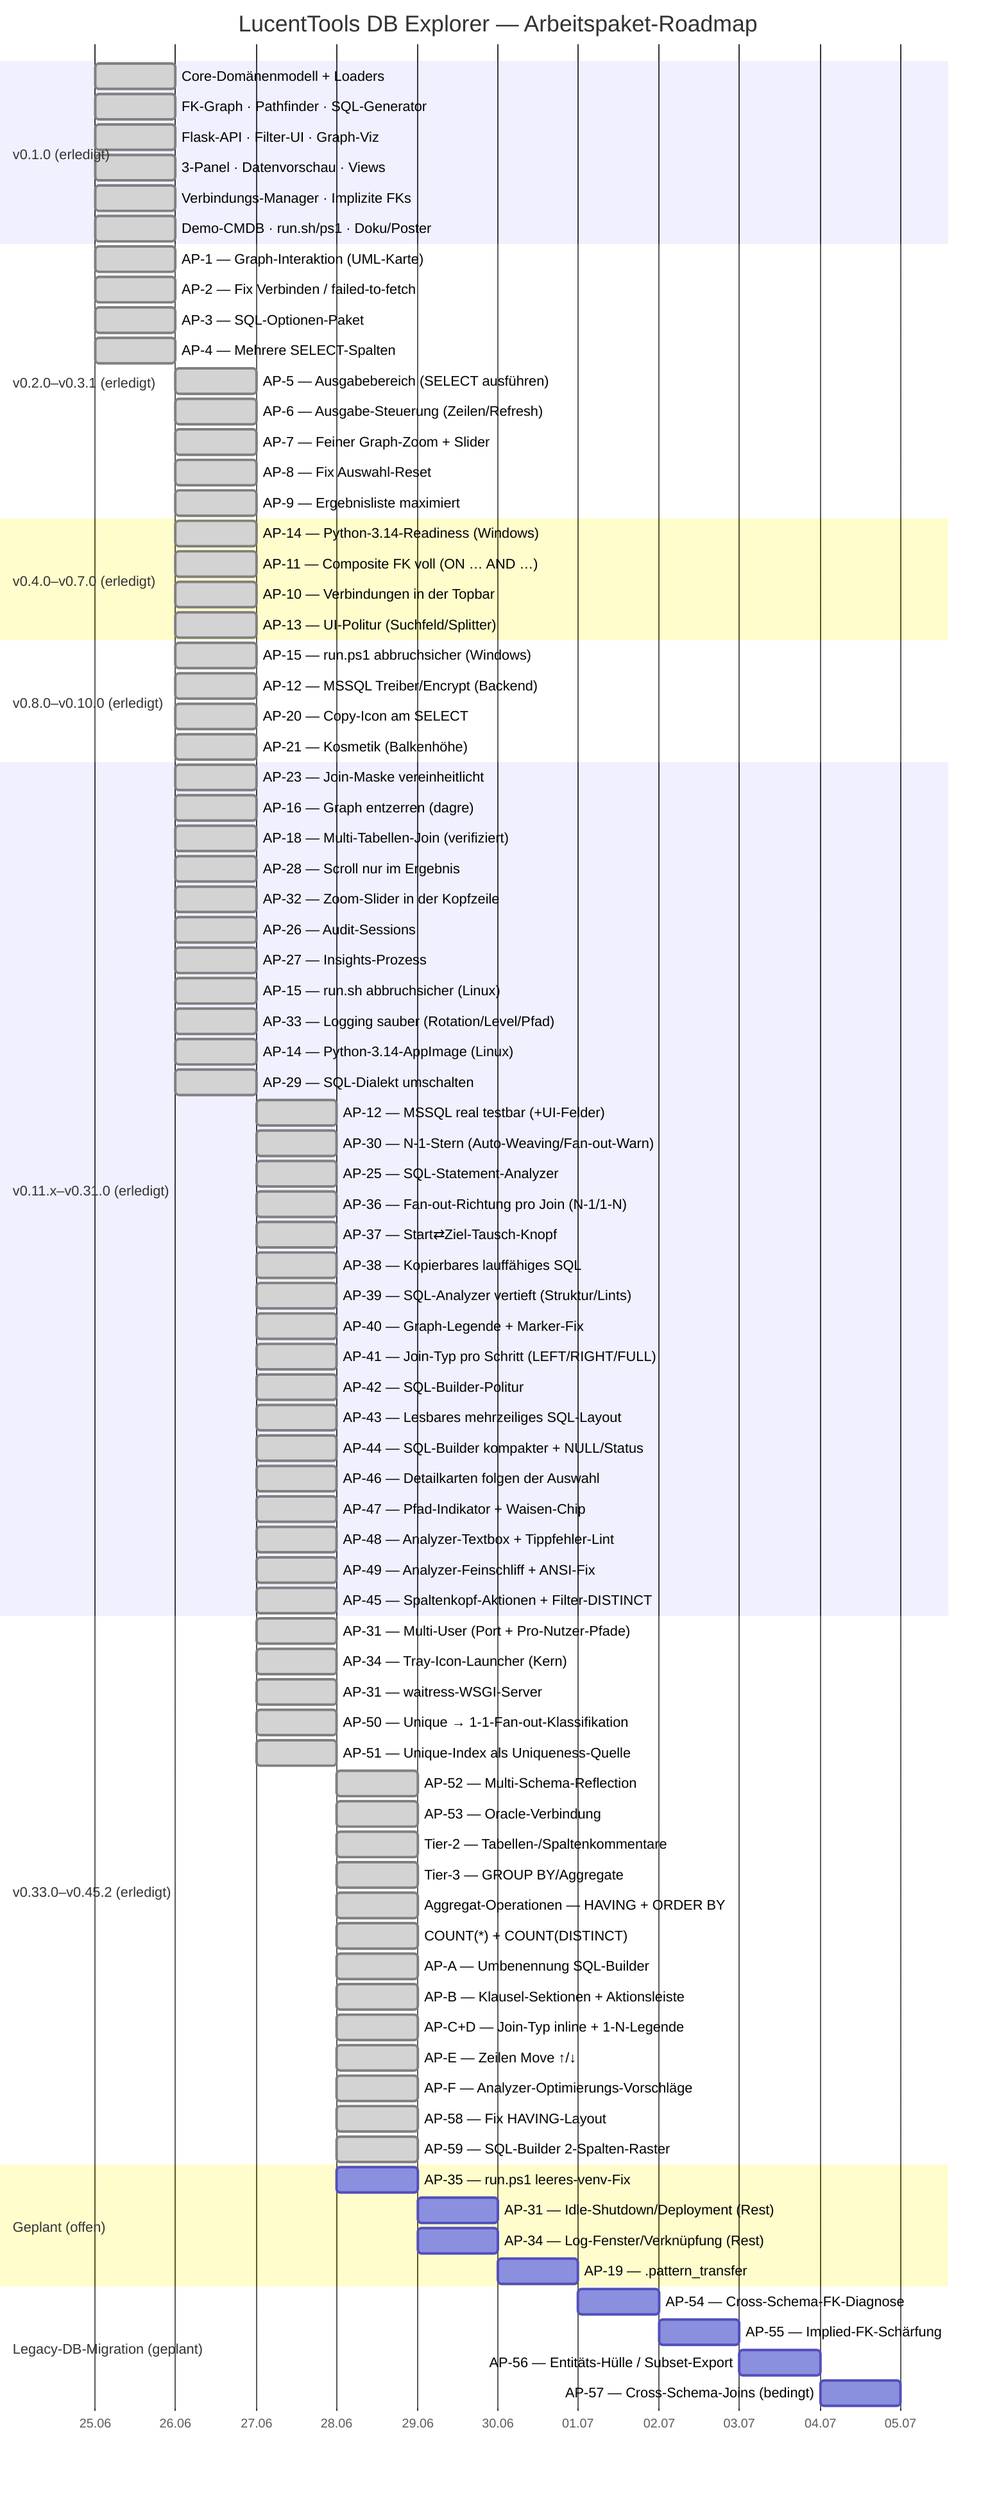
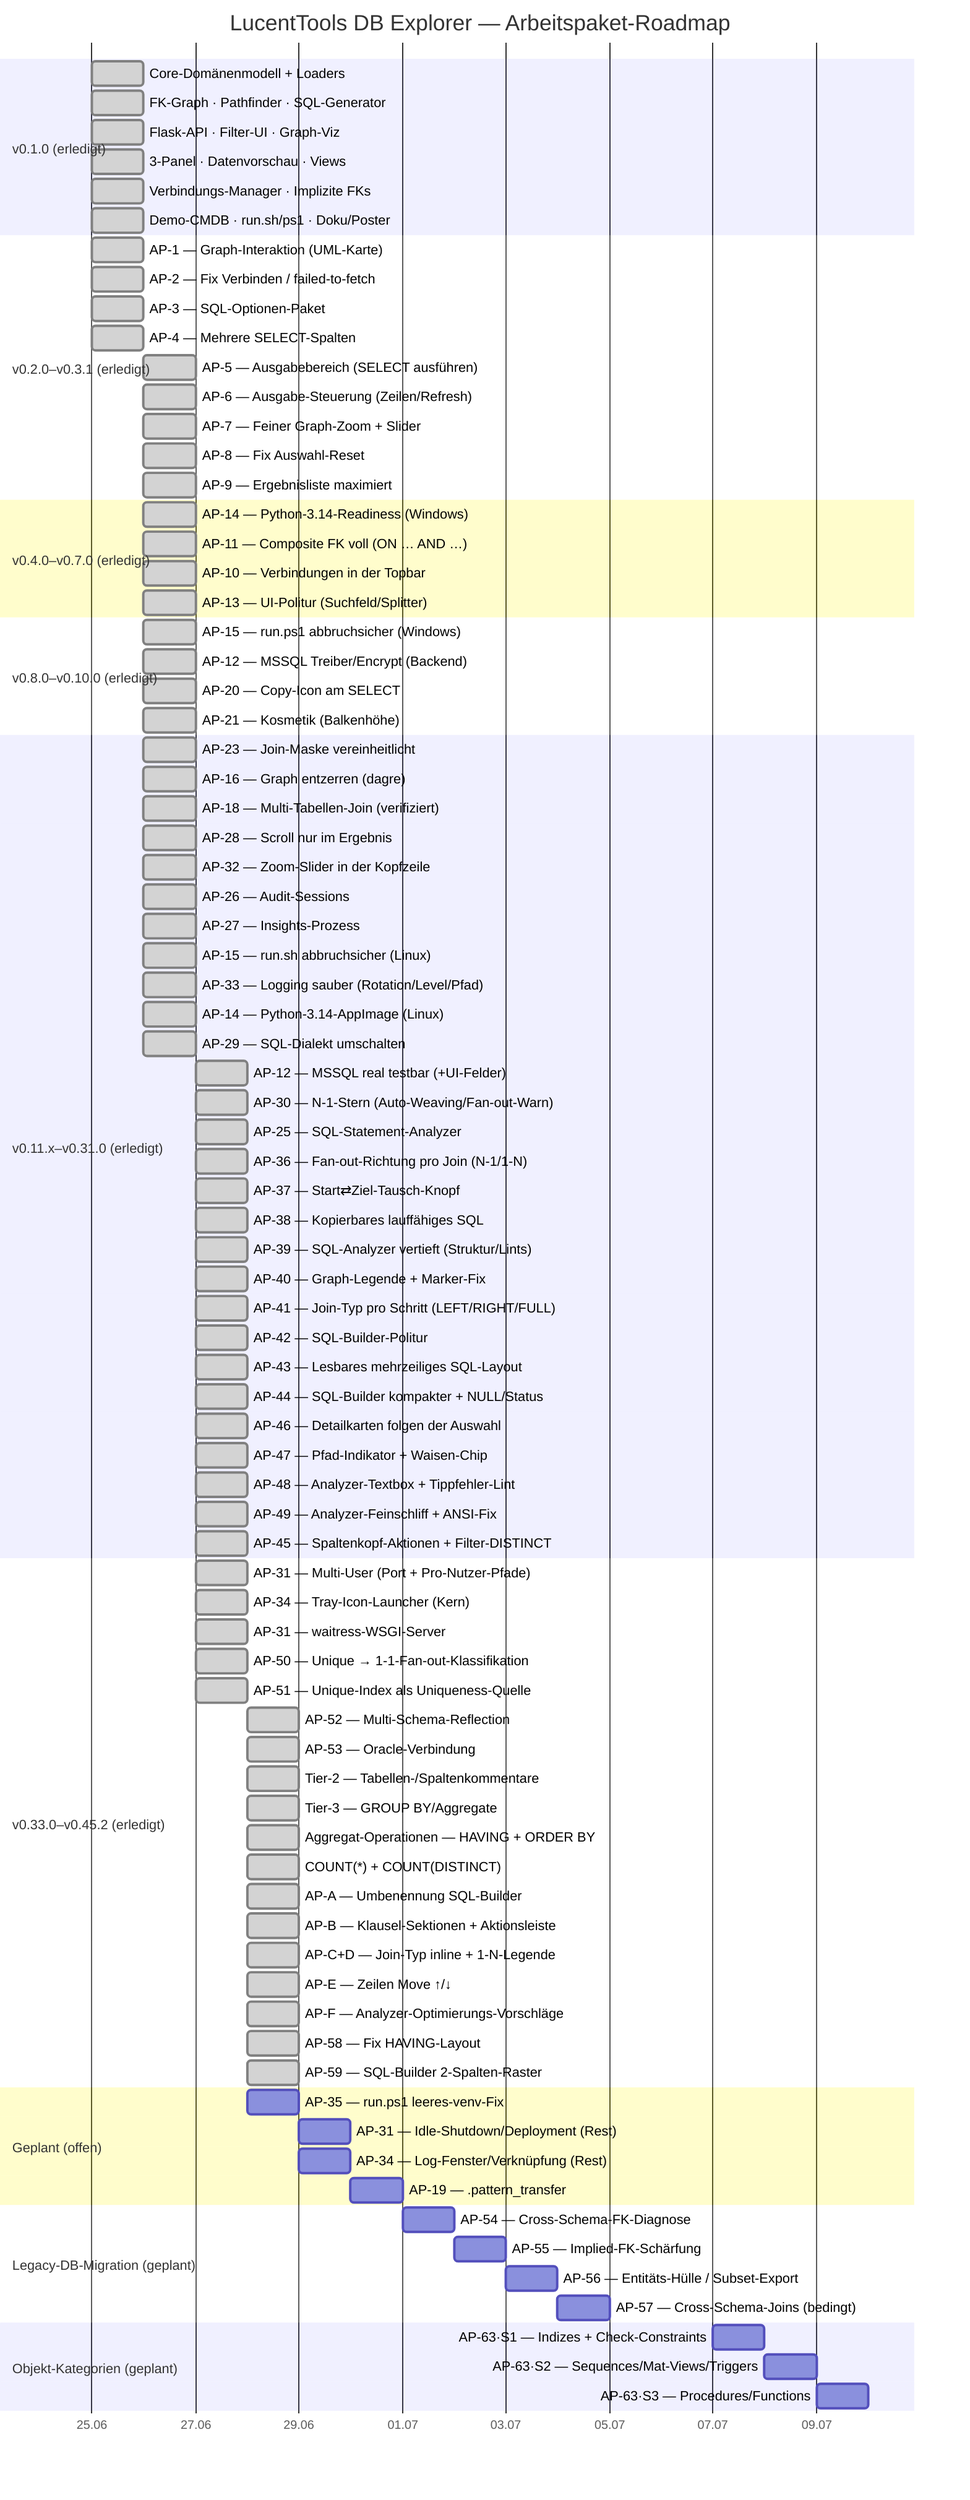
gantt
    title LucentTools DB Explorer — Arbeitspaket-Roadmap
    dateFormat  YYYY-MM-DD
    axisFormat  %d.%m

    section v0.1.0 (erledigt)
    Core-Domänenmodell + Loaders          :done, d1, 2026-06-25, 1d
    FK-Graph · Pathfinder · SQL-Generator :done, d2, 2026-06-25, 1d
    Flask-API · Filter-UI · Graph-Viz     :done, d3, 2026-06-25, 1d
    3-Panel · Datenvorschau · Views       :done, d4, 2026-06-25, 1d
    Verbindungs-Manager · Implizite FKs   :done, d5, 2026-06-25, 1d
    Demo-CMDB · run.sh/ps1 · Doku/Poster  :done, d6, 2026-06-25, 1d

    section v0.2.0–v0.3.1 (erledigt)
    AP-1 — Graph-Interaktion (UML-Karte)        :done, a1, 2026-06-25, 1d
    AP-2 — Fix Verbinden / failed-to-fetch      :done, a2, 2026-06-25, 1d
    AP-3 — SQL-Optionen-Paket                   :done, a3, 2026-06-25, 1d
    AP-4 — Mehrere SELECT-Spalten               :done, a4, 2026-06-25, 1d
    AP-5 — Ausgabebereich (SELECT ausführen)    :done, a5, 2026-06-26, 1d
    AP-6 — Ausgabe-Steuerung (Zeilen/Refresh)   :done, a6, 2026-06-26, 1d
    AP-7 — Feiner Graph-Zoom + Slider           :done, a7, 2026-06-26, 1d
    AP-8 — Fix Auswahl-Reset                    :done, a8, 2026-06-26, 1d
    AP-9 — Ergebnisliste maximiert              :done, a9, 2026-06-26, 1d

    section v0.4.0–v0.7.0 (erledigt)
    AP-14 — Python-3.14-Readiness (Windows)     :done, b1, 2026-06-26, 1d
    AP-11 — Composite FK voll (ON … AND …)      :done, b2, 2026-06-26, 1d
    AP-10 — Verbindungen in der Topbar          :done, b3, 2026-06-26, 1d
    AP-13 — UI-Politur (Suchfeld/Splitter)      :done, b4, 2026-06-26, 1d

    section v0.8.0–v0.10.0 (erledigt)
    AP-15 — run.ps1 abbruchsicher (Windows)     :done, c1, 2026-06-26, 1d
    AP-12 — MSSQL Treiber/Encrypt (Backend)     :done, c2, 2026-06-26, 1d
    AP-20 — Copy-Icon am SELECT                 :done, c3, 2026-06-26, 1d
    AP-21 — Kosmetik (Balkenhöhe)               :done, c4, 2026-06-26, 1d

    section v0.11.x–v0.31.0 (erledigt)
    AP-23 — Join-Maske vereinheitlicht          :done, e1, 2026-06-26, 1d
    AP-16 — Graph entzerren (dagre)             :done, e2, 2026-06-26, 1d
    AP-18 — Multi-Tabellen-Join (verifiziert)   :done, e3, 2026-06-26, 1d
    AP-28 — Scroll nur im Ergebnis              :done, e4, 2026-06-26, 1d
    AP-32 — Zoom-Slider in der Kopfzeile        :done, e5, 2026-06-26, 1d
    AP-26 — Audit-Sessions                      :done, e6, 2026-06-26, 1d
    AP-27 — Insights-Prozess                    :done, e7, 2026-06-26, 1d
    AP-15 — run.sh abbruchsicher (Linux)        :done, e8, 2026-06-26, 1d
    AP-33 — Logging sauber (Rotation/Level/Pfad) :done, e9, 2026-06-26, 1d
    AP-14 — Python-3.14-AppImage (Linux)         :done, e10, 2026-06-26, 1d
    AP-29 — SQL-Dialekt umschalten               :done, e11, 2026-06-26, 1d
    AP-12 — MSSQL real testbar (+UI-Felder)      :done, e12, 2026-06-27, 1d
    AP-30 — N-1-Stern (Auto-Weaving/Fan-out-Warn) :done, e13, 2026-06-27, 1d
    AP-25 — SQL-Statement-Analyzer               :done, e14, 2026-06-27, 1d
    AP-36 — Fan-out-Richtung pro Join (N-1/1-N)  :done, e15, 2026-06-27, 1d
    AP-37 — Start⇄Ziel-Tausch-Knopf              :done, e16, 2026-06-27, 1d
    AP-38 — Kopierbares lauffähiges SQL          :done, e17, 2026-06-27, 1d
    AP-39 — SQL-Analyzer vertieft (Struktur/Lints) :done, e18, 2026-06-27, 1d
    AP-40 — Graph-Legende + Marker-Fix           :done, e19, 2026-06-27, 1d
    AP-41 — Join-Typ pro Schritt (LEFT/RIGHT/FULL) :done, e20, 2026-06-27, 1d
    AP-42 — SQL-Builder-Politur                 :done, e21, 2026-06-27, 1d
    AP-43 — Lesbares mehrzeiliges SQL-Layout      :done, e22, 2026-06-27, 1d
    AP-44 — SQL-Builder kompakter + NULL/Status :done, e23, 2026-06-27, 1d
    AP-46 — Detailkarten folgen der Auswahl       :done, e24, 2026-06-27, 1d
    AP-47 — Pfad-Indikator + Waisen-Chip         :done, e25, 2026-06-27, 1d
    AP-48 — Analyzer-Textbox + Tippfehler-Lint   :done, e26, 2026-06-27, 1d
    AP-49 — Analyzer-Feinschliff + ANSI-Fix       :done, e27, 2026-06-27, 1d
    AP-45 — Spaltenkopf-Aktionen + Filter-DISTINCT :done, e28, 2026-06-27, 1d

    section v0.33.0–v0.45.2 (erledigt)
    AP-31 — Multi-User (Port + Pro-Nutzer-Pfade) :done, f1, 2026-06-27, 1d
    AP-34 — Tray-Icon-Launcher (Kern)            :done, f2, 2026-06-27, 1d
    AP-31 — waitress-WSGI-Server                 :done, f3, 2026-06-27, 1d
    AP-50 — Unique → 1-1-Fan-out-Klassifikation  :done, f4, 2026-06-27, 1d
    AP-51 — Unique-Index als Uniqueness-Quelle   :done, f5, 2026-06-27, 1d
    AP-52 — Multi-Schema-Reflection              :done, f6, 2026-06-28, 1d
    AP-53 — Oracle-Verbindung                    :done, f7, 2026-06-28, 1d
    Tier-2 — Tabellen-/Spaltenkommentare         :done, f8, 2026-06-28, 1d
    Tier-3 — GROUP BY/Aggregate                  :done, f9, 2026-06-28, 1d
    Aggregat-Operationen — HAVING + ORDER BY     :done, f10, 2026-06-28, 1d
    COUNT(*) + COUNT(DISTINCT)                   :done, f11, 2026-06-28, 1d
    AP-A — Umbenennung SQL-Builder               :done, f12, 2026-06-28, 1d
    AP-B — Klausel-Sektionen + Aktionsleiste     :done, f13, 2026-06-28, 1d
    AP-C+D — Join-Typ inline + 1-N-Legende       :done, f14, 2026-06-28, 1d
    AP-E — Zeilen Move ↑/↓                        :done, f15, 2026-06-28, 1d
    AP-F — Analyzer-Optimierungs-Vorschläge      :done, f16, 2026-06-28, 1d
    AP-58 — Fix HAVING-Layout                    :done, f17, 2026-06-28, 1d
    AP-59 — SQL-Builder 2-Spalten-Raster        :done, f18, 2026-06-28, 1d

    section Geplant (offen)
    AP-35 — run.ps1 leeres-venv-Fix             :p3, 2026-06-28, 1d
    AP-31 — Idle-Shutdown/Deployment (Rest)     :p5, 2026-06-29, 1d
    AP-34 — Log-Fenster/Verknüpfung (Rest)      :p6, 2026-06-29, 1d
    AP-19 — .pattern_transfer                   :p11, 2026-06-30, 1d

    section Legacy-DB-Migration (geplant)
    AP-54 — Cross-Schema-FK-Diagnose            :p20, 2026-07-01, 1d
    AP-55 — Implied-FK-Schärfung                :p21, 2026-07-02, 1d
    AP-56 — Entitäts-Hülle / Subset-Export      :p22, 2026-07-03, 1d
    AP-57 — Cross-Schema-Joins (bedingt)        :p23, 2026-07-04, 1d
+ 
+     section Objekt-Kategorien (geplant)
+     AP-63·S1 — Indizes + Check-Constraints      :p30, 2026-07-07, 1d
+     AP-63·S2 — Sequences/Mat-Views/Triggers     :p31, 2026-07-08, 1d
+     AP-63·S3 — Procedures/Functions             :p32, 2026-07-09, 1d
